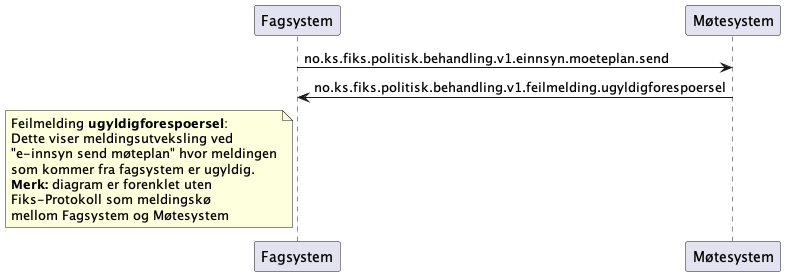
Above: Dokumentasjon/V1/meldingsutveksling/einnsyn-møteplan-send/sekvensdiagram/sekvensdiagram-einnsyn-moeteplan-send-ugyldigforespoersel.png in ks-no/fiks-politisk-behandling-specification (PlantUML), before the change. The source it was exported from:
```plantuml
@startuml
participant Fagsystem as "Fagsystem"
participant Møtesystem as "Møtesystem"

Fagsystem -> Møtesystem : no.ks.fiks.politisk.behandling.v1.einnsyn.moeteplan.send
Fagsystem <- Møtesystem : no.ks.fiks.politisk.behandling.v1.feilmelding.ugyldigforespoersel

note left of Fagsystem
Feilmelding **ugyldigforespoersel**:
Dette viser meldingsutveksling ved
"e-innsyn send møteplan" hvor meldingen
som kommer fra fagsystem er ugyldig.
**Merk:** diagram er forenklet uten
Fiks-Protokoll som meldingskø
mellom Fagsystem og Møtesystem
end note

@enduml
```
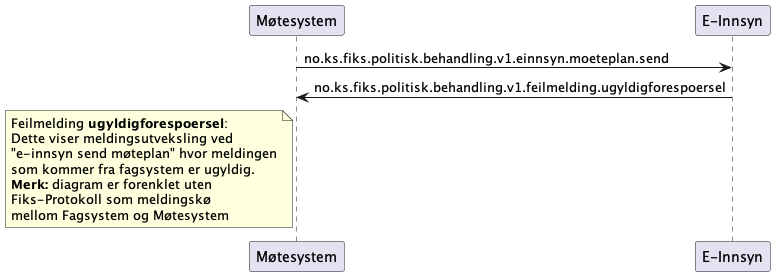
The same file after the commit.

Diff of the diagram source:
```diff
@@ -1,11 +1,11 @@
 @startuml
-participant Fagsystem as "Fagsystem"
 participant Møtesystem as "Møtesystem"
+participant EInnsyn as "E-Innsyn"
 
-Fagsystem -> Møtesystem : no.ks.fiks.politisk.behandling.v1.einnsyn.moeteplan.send
-Fagsystem <- Møtesystem : no.ks.fiks.politisk.behandling.v1.feilmelding.ugyldigforespoersel
+Møtesystem -> EInnsyn : no.ks.fiks.politisk.behandling.v1.einnsyn.moeteplan.send
+Møtesystem <- EInnsyn : no.ks.fiks.politisk.behandling.v1.feilmelding.ugyldigforespoersel
 
-note left of Fagsystem
+note left of Møtesystem
 Feilmelding **ugyldigforespoersel**:
 Dette viser meldingsutveksling ved
 "e-innsyn send møteplan" hvor meldingen
```
